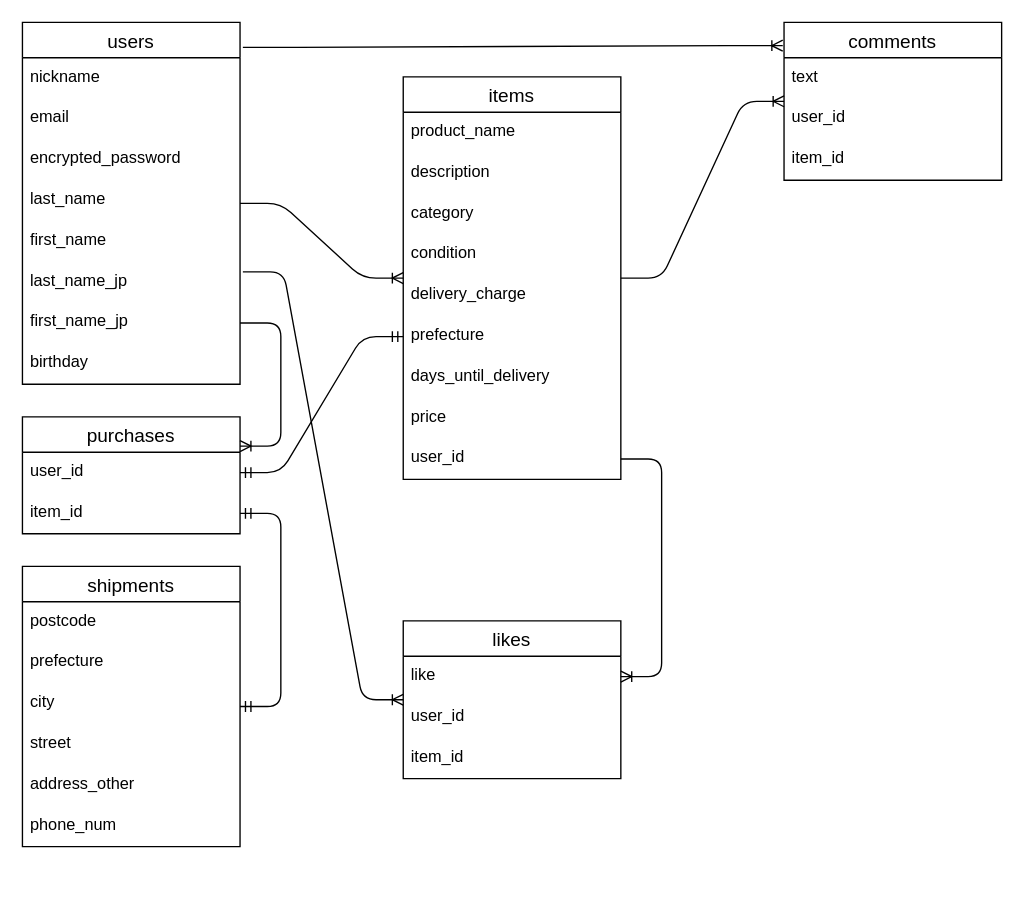
The draw.io diagram furima.dio in troymich123/furima-38091, before the edit. Source tidied: cells renumbered, new cells numbered last; positions are measured from the earlier drawing's top-left corner, leaving out a move shared by most shapes. Both pictures are drawn from the tidied source at 136%, with x=0, y=0 at pixel (22, 22).
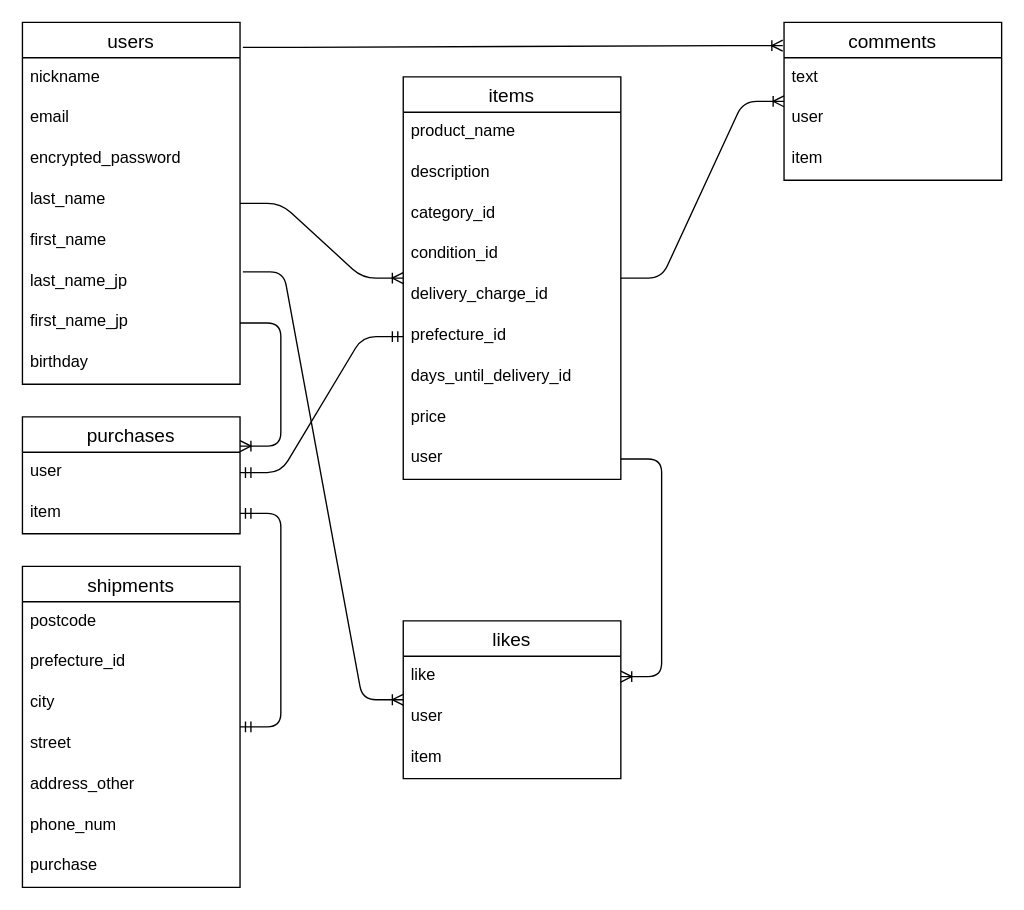
Above is the later version.

Unchanged cells that the change refers to:
```xml
<mxCell id="11" value="items" style="swimlane;fontStyle=0;horizontal=1;startSize=26;align=center;fontSize=14;" parent="1" vertex="1">
  <mxGeometry x="280" y="40" width="160" height="296" as="geometry" />
</mxCell>
<mxCell id="21" value="comments" style="swimlane;fontStyle=0;horizontal=1;startSize=26;align=center;fontSize=14;" parent="1" vertex="1">
  <mxGeometry x="560" width="160" height="116" as="geometry" />
</mxCell>
<mxCell id="25" value="likes" style="swimlane;fontStyle=0;horizontal=1;startSize=26;align=center;fontSize=14;" parent="1" vertex="1">
  <mxGeometry x="280" y="440" width="160" height="116" as="geometry" />
</mxCell>
<mxCell id="42" value="purchases" style="swimlane;fontStyle=0;horizontal=1;startSize=26;align=center;fontSize=14;" parent="1" vertex="1">
  <mxGeometry y="290" width="160" height="86" as="geometry" />
</mxCell>
```

Change to the diagram source:
```diff
@@
-    <mxCell id="14" value="category" style="text;strokeColor=none;fillColor=none;spacingLeft=4;spacingRight=4;overflow=hidden;fontSize=12;" parent="11" vertex="1">
+    <mxCell id="14" value="category_id" style="text;strokeColor=none;fillColor=none;spacingLeft=4;spacingRight=4;overflow=hidden;fontSize=12;" parent="11" vertex="1">
       <mxGeometry y="86" width="160" height="30" as="geometry" />
     </mxCell>
-    <mxCell id="15" value="condition" style="text;strokeColor=none;fillColor=none;spacingLeft=4;spacingRight=4;overflow=hidden;fontSize=12;" parent="11" vertex="1">
+    <mxCell id="15" value="condition_id" style="text;strokeColor=none;fillColor=none;spacingLeft=4;spacingRight=4;overflow=hidden;fontSize=12;" parent="11" vertex="1">
       <mxGeometry y="116" width="160" height="30" as="geometry" />
     </mxCell>
-    <mxCell id="16" value="delivery_charge" style="text;strokeColor=none;fillColor=none;spacingLeft=4;spacingRight=4;overflow=hidden;fontSize=12;" parent="11" vertex="1">
+    <mxCell id="16" value="delivery_charge_id" style="text;strokeColor=none;fillColor=none;spacingLeft=4;spacingRight=4;overflow=hidden;fontSize=12;" parent="11" vertex="1">
       <mxGeometry y="146" width="160" height="30" as="geometry" />
     </mxCell>
-    <mxCell id="17" value="prefecture" style="text;strokeColor=none;fillColor=none;spacingLeft=4;spacingRight=4;overflow=hidden;points=[[0,0.5],[1,0.5]];portConstraint=eastwest;fontSize=12;" parent="11" vertex="1">
+    <mxCell id="17" value="prefecture_id" style="text;strokeColor=none;fillColor=none;spacingLeft=4;spacingRight=4;overflow=hidden;points=[[0,0.5],[1,0.5]];portConstraint=eastwest;fontSize=12;" parent="11" vertex="1">
       <mxGeometry y="176" width="160" height="30" as="geometry" />
     </mxCell>
-    <mxCell id="18" value="days_until_delivery" style="text;strokeColor=none;fillColor=none;spacingLeft=4;spacingRight=4;overflow=hidden;fontSize=12;" parent="11" vertex="1">
+    <mxCell id="18" value="days_until_delivery_id" style="text;strokeColor=none;fillColor=none;spacingLeft=4;spacingRight=4;overflow=hidden;fontSize=12;" parent="11" vertex="1">
       <mxGeometry y="206" width="160" height="30" as="geometry" />
     </mxCell>
@@
-    <mxCell id="20" value="user_id" style="text;strokeColor=none;fillColor=none;spacingLeft=4;spacingRight=4;overflow=hidden;points=[[0,0.5],[1,0.5]];portConstraint=eastwest;fontSize=12;" parent="11" vertex="1">
+    <mxCell id="20" value="user" style="text;strokeColor=none;fillColor=none;spacingLeft=4;spacingRight=4;overflow=hidden;points=[[0,0.5],[1,0.5]];portConstraint=eastwest;fontSize=12;" parent="11" vertex="1">
       <mxGeometry y="266" width="160" height="30" as="geometry" />
     </mxCell>
@@
-    <mxCell id="23" value="user_id" style="text;strokeColor=none;fillColor=none;spacingLeft=4;spacingRight=4;overflow=hidden;fontSize=12;" parent="21" vertex="1">
+    <mxCell id="23" value="user" style="text;strokeColor=none;fillColor=none;spacingLeft=4;spacingRight=4;overflow=hidden;fontSize=12;" parent="21" vertex="1">
       <mxGeometry y="56" width="160" height="30" as="geometry" />
     </mxCell>
-    <mxCell id="24" value="item_id" style="text;strokeColor=none;fillColor=none;spacingLeft=4;spacingRight=4;overflow=hidden;fontSize=12;" parent="21" vertex="1">
+    <mxCell id="24" value="item" style="text;strokeColor=none;fillColor=none;spacingLeft=4;spacingRight=4;overflow=hidden;fontSize=12;" parent="21" vertex="1">
       <mxGeometry y="86" width="160" height="30" as="geometry" />
     </mxCell>
@@
-    <mxCell id="27" value="user_id" style="text;strokeColor=none;fillColor=none;spacingLeft=4;spacingRight=4;overflow=hidden;fontSize=12;" parent="25" vertex="1">
+    <mxCell id="27" value="user" style="text;strokeColor=none;fillColor=none;spacingLeft=4;spacingRight=4;overflow=hidden;fontSize=12;" parent="25" vertex="1">
       <mxGeometry y="56" width="160" height="30" as="geometry" />
     </mxCell>
-    <mxCell id="28" value="item_id" style="text;strokeColor=none;fillColor=none;spacingLeft=4;spacingRight=4;overflow=hidden;fontSize=12;" parent="25" vertex="1">
+    <mxCell id="28" value="item" style="text;strokeColor=none;fillColor=none;spacingLeft=4;spacingRight=4;overflow=hidden;fontSize=12;" parent="25" vertex="1">
       <mxGeometry y="86" width="160" height="30" as="geometry" />
     </mxCell>
     <mxCell id="29" value="shipments" style="swimlane;fontStyle=0;horizontal=1;startSize=26;align=center;fontSize=14;" parent="1" vertex="1">
-      <mxGeometry y="400" width="160" height="206" as="geometry" />
+      <mxGeometry y="400" width="160" height="236" as="geometry" />
     </mxCell>
@@
-    <mxCell id="31" value="prefecture" style="text;strokeColor=none;fillColor=none;spacingLeft=4;spacingRight=4;overflow=hidden;fontSize=12;" parent="29" vertex="1">
+    <mxCell id="31" value="prefecture_id" style="text;strokeColor=none;fillColor=none;spacingLeft=4;spacingRight=4;overflow=hidden;fontSize=12;" parent="29" vertex="1">
       <mxGeometry y="56" width="160" height="30" as="geometry" />
     </mxCell>
@@
+    <mxCell id="47" value="purchase" style="text;strokeColor=none;fillColor=none;spacingLeft=4;spacingRight=4;overflow=hidden;fontSize=12;" parent="29" vertex="1">
+      <mxGeometry y="206" width="160" height="30" as="geometry" />
+    </mxCell>
@@
-    <mxCell id="43" value="user_id" style="text;strokeColor=none;fillColor=none;spacingLeft=4;spacingRight=4;overflow=hidden;points=[[0,0.5],[1,0.5]];portConstraint=eastwest;fontSize=12;" parent="42" vertex="1">
+    <mxCell id="43" value="user" style="text;strokeColor=none;fillColor=none;spacingLeft=4;spacingRight=4;overflow=hidden;points=[[0,0.5],[1,0.5]];portConstraint=eastwest;fontSize=12;" parent="42" vertex="1">
       <mxGeometry y="26" width="160" height="30" as="geometry" />
     </mxCell>
-    <mxCell id="44" value="item_id" style="text;strokeColor=none;fillColor=none;spacingLeft=4;spacingRight=4;overflow=hidden;points=[[0,0.5],[1,0.5]];portConstraint=eastwest;fontSize=12;" parent="42" vertex="1">
+    <mxCell id="44" value="item" style="text;strokeColor=none;fillColor=none;spacingLeft=4;spacingRight=4;overflow=hidden;points=[[0,0.5],[1,0.5]];portConstraint=eastwest;fontSize=12;" parent="42" vertex="1">
       <mxGeometry y="56" width="160" height="30" as="geometry" />
     </mxCell>
```
